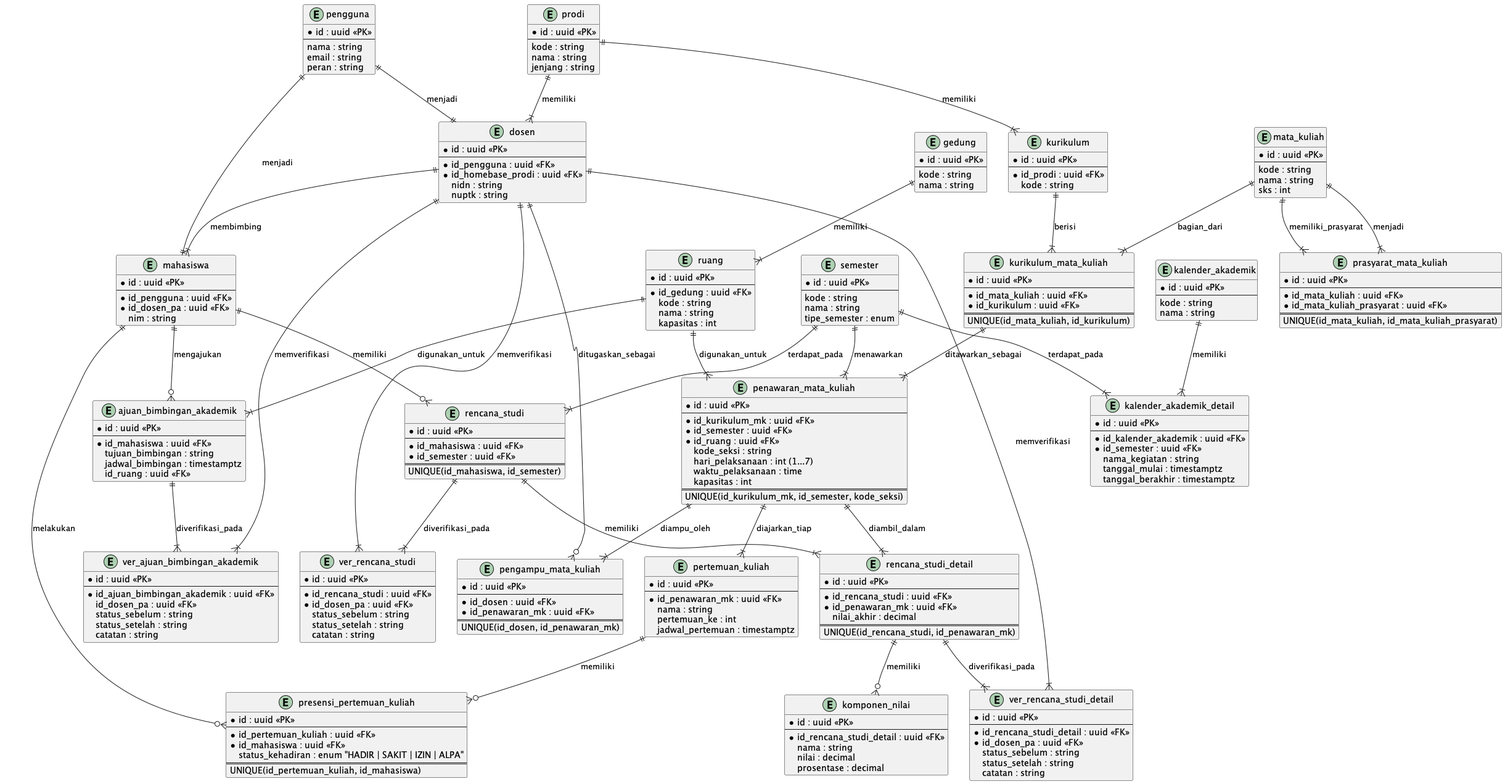
This is docs/diagrams/erd.png from 99ridho/siakad-poc, a PlantUML export, as it was before one commit.
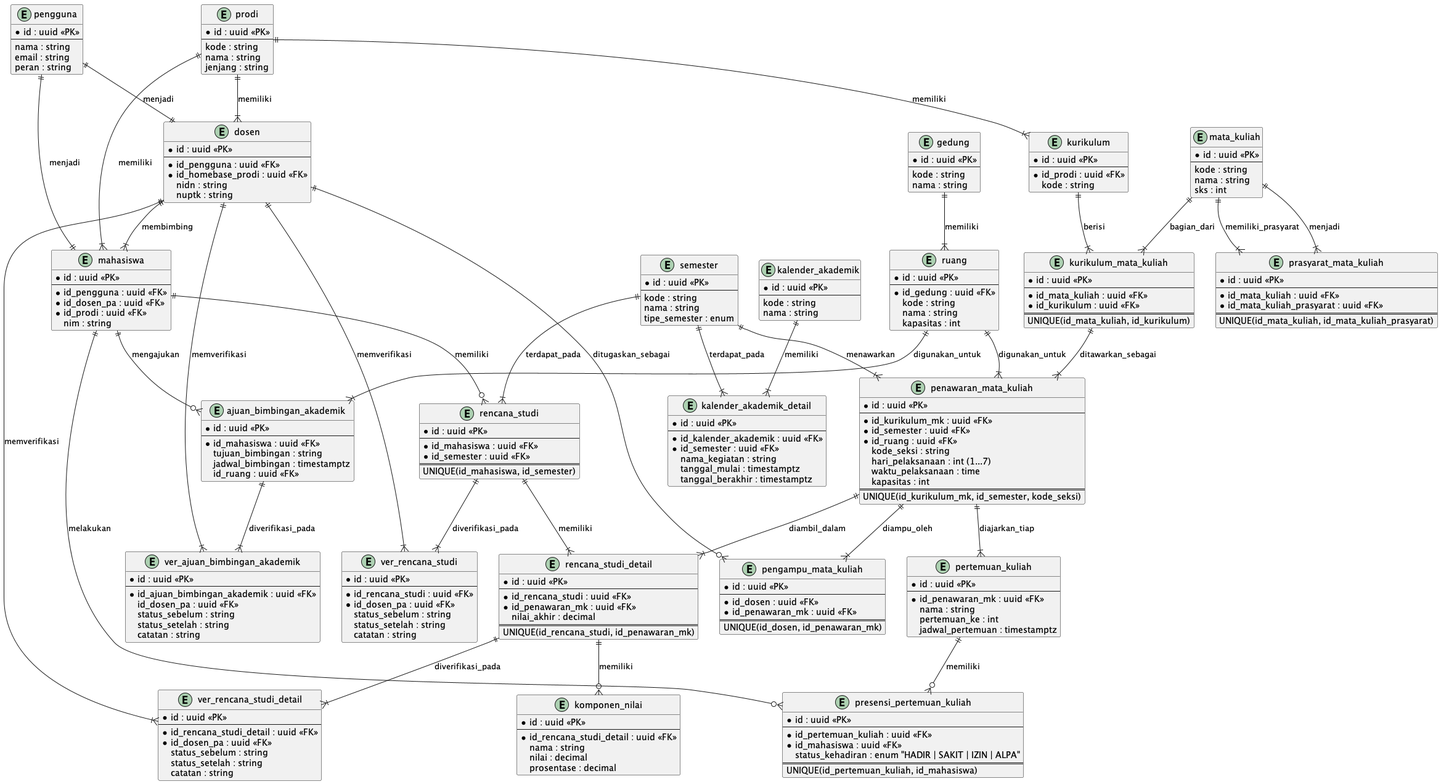
The same diagram one commit later.

Diff of the diagram source:
```diff
@@ -39,6 +39,7 @@
     --
     * id_pengguna : uuid <<FK>>
     * id_dosen_pa : uuid <<FK>>
+    * id_prodi : uuid <<FK>>
     nim : string
 }
 
@@ -223,6 +224,7 @@
 pengguna ||--|| dosen : "menjadi"
 prodi ||--|{ kurikulum : "memiliki"
 prodi ||--|{ dosen : "memiliki"
+prodi ||--|{ mahasiswa : "memiliki"
 dosen ||--|{ mahasiswa : "membimbing"
 kurikulum ||--|{ kurikulum_mata_kuliah : "berisi"
 mata_kuliah ||--|{ kurikulum_mata_kuliah : "bagian_dari"
```
